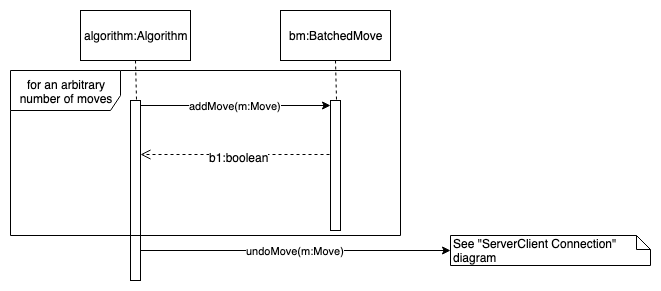
The draw.io diagram Presentation/SequenceDiagrams/35. Display progress on the map as algorithm runs.png in Randypaquette13/CSE308New, before a commit. Source tidied: cells renumbered, new cells last; positions are measured from the earlier drawing's top-left corner, leaving out a move shared by most shapes. Its diagram source:
```xml
<mxGraphModel>
  <root>
    <mxCell id="0" />
    <mxCell id="1" parent="0" />
    <mxCell id="2" style="html=1;points=[];perimeter=orthogonalPerimeter;" parent="1" vertex="1">
      <mxGeometry x="120" y="90" width="10" height="180" as="geometry" />
    </mxCell>
    <mxCell id="3" value="algorithm:Algorithm" style="html=1;" parent="1" vertex="1">
      <mxGeometry x="70" width="110" height="50" as="geometry" />
    </mxCell>
    <mxCell id="4" style="endArrow=none;dashed=1;html=1;entryX=0.5;entryY=1;entryDx=0;entryDy=0;exitX=0.6;exitY=-0.004;exitDx=0;exitDy=0;exitPerimeter=0;" parent="1" edge="1" source="2" target="3">
      <mxGeometry relative="1" as="geometry" />
    </mxCell>
    <mxCell id="5" style="html=1;points=[];perimeter=orthogonalPerimeter;" parent="1" vertex="1">
      <mxGeometry x="320" y="90" width="10" height="130" as="geometry" />
    </mxCell>
    <mxCell id="6" value="bm:BatchedMove" style="html=1;" parent="1" vertex="1">
      <mxGeometry x="270" width="110" height="50" as="geometry" />
    </mxCell>
    <mxCell id="7" style="endArrow=none;dashed=1;html=1;entryX=0.5;entryY=1;entryDx=0;entryDy=0;exitX=0.6;exitY=-0.004;exitDx=0;exitDy=0;exitPerimeter=0;" parent="1" edge="1" source="5" target="6">
      <mxGeometry relative="1" as="geometry" />
    </mxCell>
    <mxCell id="8" value="addMove(m:Move)" style="endArrow=classic;html=1;exitX=1;exitY=0.025;exitDx=0;exitDy=0;exitPerimeter=0;" parent="1" edge="1" source="2" target="5">
      <mxGeometry relative="1" as="geometry" />
    </mxCell>
    <mxCell id="9" style="html=1;verticalAlign=bottom;endArrow=open;dashed=1;endSize=8;exitX=-0.1;exitY=0.415;exitDx=0;exitDy=0;exitPerimeter=0;" parent="1" edge="1" source="5" target="2">
      <mxGeometry relative="1" as="geometry" />
    </mxCell>
    <mxCell id="10" value="b1:boolean" style="text;html=1;align=center;verticalAlign=middle;labelBackgroundColor=#ffffff;" parent="9" vertex="1">
      <mxGeometry x="-0.04" y="2" relative="1" as="geometry" />
    </mxCell>
    <mxCell id="11" value="undoMove(m:Move)" style="endArrow=classic;html=1;exitX=1;exitY=0.316;exitDx=0;exitDy=0;exitPerimeter=0;" parent="1" edge="1">
      <mxGeometry relative="1" as="geometry">
        <mxPoint x="130" y="240" as="sourcePoint" />
        <mxPoint x="440" y="240" as="targetPoint" />
      </mxGeometry>
    </mxCell>
    <mxCell id="12" value="See &quot;ServerClient Connection&quot; diagram" style="shape=note;whiteSpace=wrap;html=1;size=14;verticalAlign=top;align=left;spacingTop=-6;" parent="1" vertex="1">
      <mxGeometry x="440" y="225" width="200" height="30" as="geometry" />
    </mxCell>
    <mxCell id="13" value="for an arbitrary number of moves" style="shape=umlFrame;whiteSpace=wrap;html=1;width=110;height=40;" parent="1" vertex="1">
      <mxGeometry y="60" width="390" height="165" as="geometry" />
    </mxCell>
  </root>
</mxGraphModel>
```
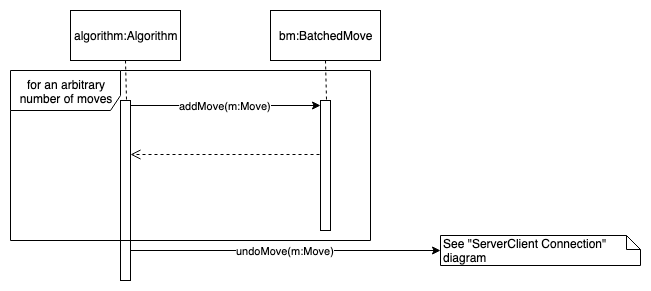
After the change.

What changed in the source:
```diff
@@ -26,9 +26,6 @@
     <mxCell id="9" style="html=1;verticalAlign=bottom;endArrow=open;dashed=1;endSize=8;exitX=-0.1;exitY=0.415;exitDx=0;exitDy=0;exitPerimeter=0;" parent="1" edge="1" source="5" target="2">
       <mxGeometry relative="1" as="geometry" />
     </mxCell>
-    <mxCell id="10" value="b1:boolean" style="text;html=1;align=center;verticalAlign=middle;labelBackgroundColor=#ffffff;" parent="9" vertex="1">
-      <mxGeometry x="-0.04" y="2" relative="1" as="geometry" />
-    </mxCell>
     <mxCell id="11" value="undoMove(m:Move)" style="endArrow=classic;html=1;exitX=1;exitY=0.316;exitDx=0;exitDy=0;exitPerimeter=0;" parent="1" edge="1">
       <mxGeometry relative="1" as="geometry">
         <mxPoint x="130" y="240" as="sourcePoint" />
@@ -39,7 +36,7 @@
       <mxGeometry x="440" y="225" width="200" height="30" as="geometry" />
     </mxCell>
     <mxCell id="13" value="for an arbitrary number of moves" style="shape=umlFrame;whiteSpace=wrap;html=1;width=110;height=40;" parent="1" vertex="1">
-      <mxGeometry y="60" width="390" height="165" as="geometry" />
+      <mxGeometry x="10" y="60" width="360" height="170" as="geometry" />
     </mxCell>
   </root>
 </mxGraphModel>
```
